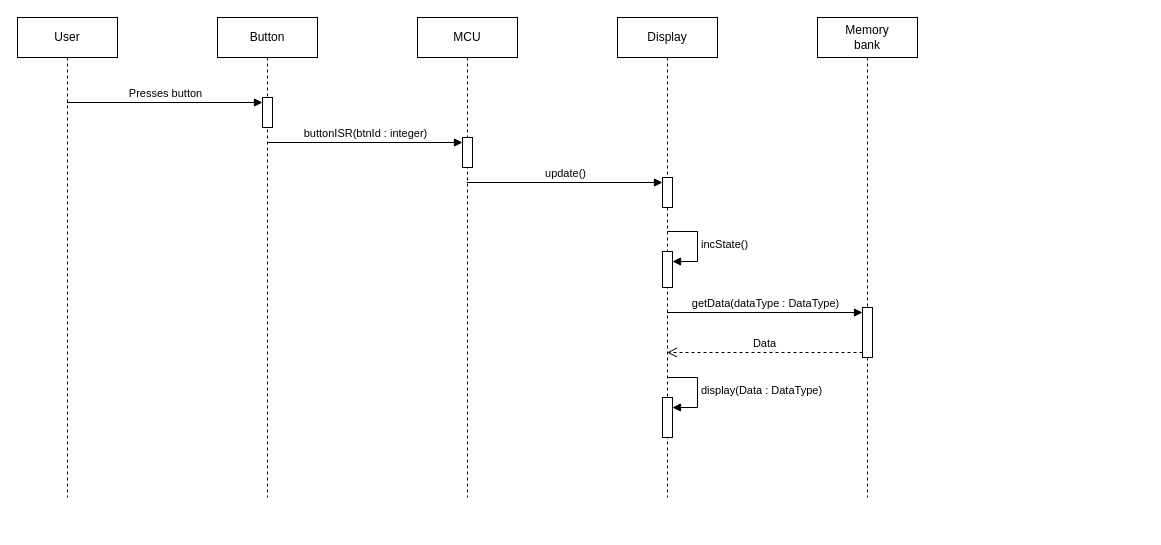
Above: lab3/docs/user_context_sequence_diagram.drawio in matas-noreika/software_design_and_quality (draw.io), before the change. Source tidied: cells renumbered, new cells numbered last; positions are measured from the earlier drawing's top-left corner, leaving out a move shared by most shapes. Both pictures are drawn from the tidied source at 100%, with x=0, y=0 at pixel (17, 17).
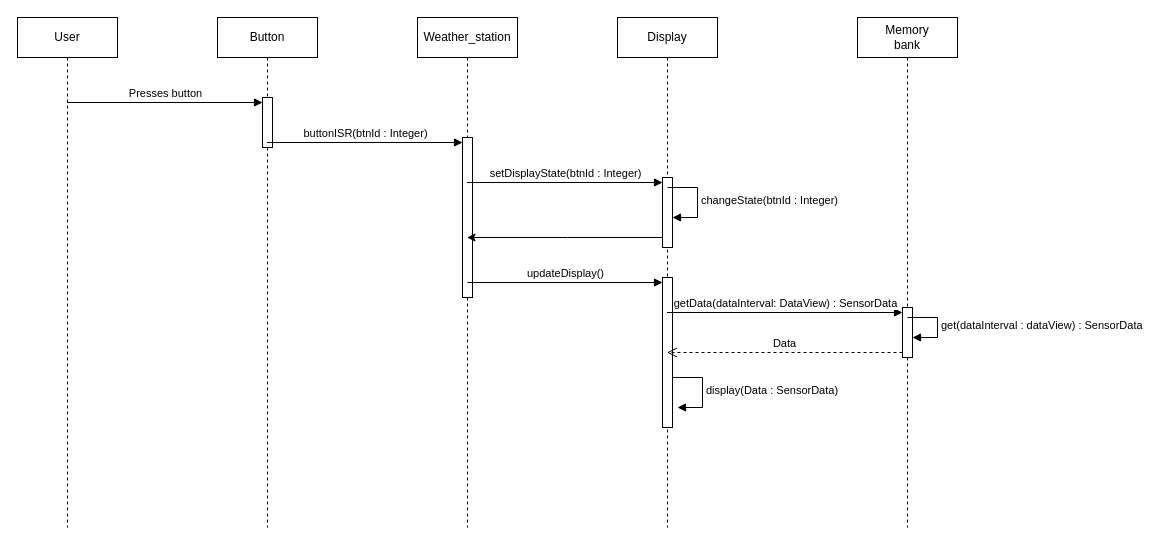
After the change.

Unchanged cells that the change refers to:
```xml
<mxCell id="14" style="html=1;points=[[0,0,0,0,5],[0,1,0,0,-5],[1,0,0,0,5],[1,1,0,0,-5]];perimeter=orthogonalPerimeter;outlineConnect=0;targetShapes=umlLifeline;portConstraint=eastwest;newEdgeStyle={&quot;curved&quot;:0,&quot;rounded&quot;:0};" parent="13" vertex="1">
  <mxGeometry x="45" y="290" width="10" height="50" as="geometry" />
</mxCell>
```

Change to the diagram source:
```diff
@@
     <mxCell id="2" value="User" style="shape=umlLifeline;perimeter=lifelinePerimeter;whiteSpace=wrap;html=1;outlineConnect=0;portConstraint=eastwest;newEdgeStyle={&quot;curved&quot;:0,&quot;rounded&quot;:0};" parent="1" vertex="1">
-      <mxGeometry width="100" height="480" as="geometry" />
+      <mxGeometry width="100" height="510" as="geometry" />
     </mxCell>
     <mxCell id="3" value="Button" style="shape=umlLifeline;perimeter=lifelinePerimeter;whiteSpace=wrap;html=1;outlineConnect=0;portConstraint=eastwest;newEdgeStyle={&quot;curved&quot;:0,&quot;rounded&quot;:0};" parent="1" vertex="1">
-      <mxGeometry x="200" width="100" height="480" as="geometry" />
+      <mxGeometry x="200" width="100" height="510" as="geometry" />
     </mxCell>
     <mxCell id="4" style="html=1;points=[[0,0,0,0,5],[0,1,0,0,-5],[1,0,0,0,5],[1,1,0,0,-5]];perimeter=orthogonalPerimeter;outlineConnect=0;targetShapes=umlLifeline;portConstraint=eastwest;newEdgeStyle={&quot;curved&quot;:0,&quot;rounded&quot;:0};" parent="3" vertex="1">
-      <mxGeometry x="45" y="80" width="10" height="30" as="geometry" />
+      <mxGeometry x="45" y="80" width="10" height="50" as="geometry" />
     </mxCell>
-    <mxCell id="5" value="MCU" style="shape=umlLifeline;perimeter=lifelinePerimeter;whiteSpace=wrap;html=1;outlineConnect=0;portConstraint=eastwest;newEdgeStyle={&quot;curved&quot;:0,&quot;rounded&quot;:0};" parent="1" vertex="1">
-      <mxGeometry x="400" width="100" height="480" as="geometry" />
+    <mxCell id="5" value="Weather_station" style="shape=umlLifeline;perimeter=lifelinePerimeter;whiteSpace=wrap;html=1;outlineConnect=0;portConstraint=eastwest;newEdgeStyle={&quot;curved&quot;:0,&quot;rounded&quot;:0};" parent="1" vertex="1">
+      <mxGeometry x="400" width="100" height="510" as="geometry" />
     </mxCell>
     <mxCell id="6" style="html=1;points=[[0,0,0,0,5],[0,1,0,0,-5],[1,0,0,0,5],[1,1,0,0,-5]];perimeter=orthogonalPerimeter;outlineConnect=0;targetShapes=umlLifeline;portConstraint=eastwest;newEdgeStyle={&quot;curved&quot;:0,&quot;rounded&quot;:0};" parent="5" vertex="1">
-      <mxGeometry x="45" y="120" width="10" height="30" as="geometry" />
+      <mxGeometry x="45" y="120" width="10" height="160" as="geometry" />
     </mxCell>
     <mxCell id="7" value="Display" style="shape=umlLifeline;perimeter=lifelinePerimeter;whiteSpace=wrap;html=1;outlineConnect=0;portConstraint=eastwest;newEdgeStyle={&quot;curved&quot;:0,&quot;rounded&quot;:0};" parent="1" vertex="1">
-      <mxGeometry x="600" width="100" height="480" as="geometry" />
+      <mxGeometry x="600" width="100" height="510" as="geometry" />
     </mxCell>
     <mxCell id="8" style="html=1;points=[[0,0,0,0,5],[0,1,0,0,-5],[1,0,0,0,5],[1,1,0,0,-5]];perimeter=orthogonalPerimeter;outlineConnect=0;targetShapes=umlLifeline;portConstraint=eastwest;newEdgeStyle={&quot;curved&quot;:0,&quot;rounded&quot;:0};" parent="7" vertex="1">
-      <mxGeometry x="45" y="160" width="10" height="30" as="geometry" />
+      <mxGeometry x="45" y="160" width="10" height="70" as="geometry" />
     </mxCell>
-    <mxCell id="9" style="html=1;points=[[0,0,0,0,5],[0,1,0,0,-5],[1,0,0,0,5],[1,1,0,0,-5]];perimeter=orthogonalPerimeter;outlineConnect=0;targetShapes=umlLifeline;portConstraint=eastwest;newEdgeStyle={&quot;curved&quot;:0,&quot;rounded&quot;:0};" parent="7" vertex="1">
-      <mxGeometry x="45" y="234" width="10" height="36" as="geometry" />
-    </mxCell>
-    <mxCell id="10" value="incState()" style="html=1;align=left;spacingLeft=2;endArrow=block;rounded=0;edgeStyle=orthogonalEdgeStyle;curved=0;rounded=0;" parent="7" edge="1" target="9">
+    <mxCell id="10" value="changeState(btnId : Integer)" style="html=1;align=left;spacingLeft=2;endArrow=block;rounded=0;edgeStyle=orthogonalEdgeStyle;curved=0;rounded=0;" parent="7" edge="1">
       <mxGeometry relative="1" as="geometry">
-        <mxPoint x="50" y="214" as="sourcePoint" />
+        <mxPoint x="50" y="170" as="sourcePoint" />
+        <mxPoint x="55" y="200" as="targetPoint" />
         <Array as="points">
-          <mxPoint x="80" y="244" />
+          <mxPoint x="80" y="200" />
         </Array>
       </mxGeometry>
     </mxCell>
-    <mxCell id="11" style="html=1;points=[[0,0,0,0,5],[0,1,0,0,-5],[1,0,0,0,5],[1,1,0,0,-5]];perimeter=orthogonalPerimeter;outlineConnect=0;targetShapes=umlLifeline;portConstraint=eastwest;newEdgeStyle={&quot;curved&quot;:0,&quot;rounded&quot;:0};" parent="7" vertex="1">
-      <mxGeometry x="45" y="380" width="10" height="40" as="geometry" />
-    </mxCell>
-    <mxCell id="12" value="display(Data : DataType)" style="html=1;align=left;spacingLeft=2;endArrow=block;rounded=0;edgeStyle=orthogonalEdgeStyle;curved=0;rounded=0;" parent="7" edge="1" target="11">
+    <mxCell id="12" value="display(Data : SensorData)" style="html=1;align=left;spacingLeft=2;endArrow=block;rounded=0;edgeStyle=orthogonalEdgeStyle;curved=0;rounded=0;" parent="7" edge="1">
       <mxGeometry relative="1" as="geometry">
-        <mxPoint x="50" y="360" as="sourcePoint" />
+        <mxPoint x="55" y="360" as="sourcePoint" />
+        <mxPoint x="60" y="390" as="targetPoint" />
         <Array as="points">
-          <mxPoint x="80" y="390" />
+          <mxPoint x="85" y="390" />
         </Array>
       </mxGeometry>
     </mxCell>
+    <mxCell id="20" style="html=1;points=[[0,0,0,0,5],[0,1,0,0,-5],[1,0,0,0,5],[1,1,0,0,-5]];perimeter=orthogonalPerimeter;outlineConnect=0;targetShapes=umlLifeline;portConstraint=eastwest;newEdgeStyle={&quot;curved&quot;:0,&quot;rounded&quot;:0};" parent="7" vertex="1">
+      <mxGeometry x="45" y="260" width="10" height="150" as="geometry" />
+    </mxCell>
     <mxCell id="13" value="Memory&lt;div&gt;bank&lt;/div&gt;" style="shape=umlLifeline;perimeter=lifelinePerimeter;whiteSpace=wrap;html=1;newEdgeStyle={&quot;curved&quot;:0,&quot;rounded&quot;:0};" parent="1" vertex="1">
-      <mxGeometry x="800" width="100" height="480" as="geometry" />
+      <mxGeometry x="840" width="100" height="510" as="geometry" />
     </mxCell>
@@
+    <mxCell id="21" value="get(dataInterval : dataView) : SensorData" style="html=1;align=left;spacingLeft=2;endArrow=block;rounded=0;edgeStyle=orthogonalEdgeStyle;curved=0;rounded=0;" parent="13" edge="1">
+      <mxGeometry relative="1" as="geometry">
+        <mxPoint x="50" y="300" as="sourcePoint" />
+        <mxPoint x="55" y="320" as="targetPoint" />
+        <Array as="points">
+          <mxPoint x="80" y="300" />
+          <mxPoint x="80" y="320" />
+          <mxPoint x="55" y="320" />
+        </Array>
+      </mxGeometry>
+    </mxCell>
@@
-    <mxCell id="16" value="buttonISR(btnId : integer)" style="html=1;verticalAlign=bottom;endArrow=block;curved=0;rounded=0;entryX=0;entryY=0;entryDx=0;entryDy=5;" parent="1" edge="1" source="3" target="6">
+    <mxCell id="16" value="buttonISR(btnId : Integer)" style="html=1;verticalAlign=bottom;endArrow=block;curved=0;rounded=0;entryX=0;entryY=0;entryDx=0;entryDy=5;" parent="1" edge="1" source="3" target="6">
       <mxGeometry relative="1" as="geometry" />
     </mxCell>
-    <mxCell id="17" value="update()" style="html=1;verticalAlign=bottom;endArrow=block;curved=0;rounded=0;entryX=0;entryY=0;entryDx=0;entryDy=5;" parent="1" edge="1" source="5" target="8">
+    <mxCell id="17" value="setDisplayState(btnId : Integer)" style="html=1;verticalAlign=bottom;endArrow=block;curved=0;rounded=0;entryX=0;entryY=0;entryDx=0;entryDy=5;" parent="1" edge="1" source="5" target="8">
       <mxGeometry relative="1" as="geometry" />
     </mxCell>
-    <mxCell id="18" value="getData(dataType : DataType)" style="html=1;verticalAlign=bottom;endArrow=block;curved=0;rounded=0;entryX=0;entryY=0;entryDx=0;entryDy=5;" parent="1" edge="1" source="7" target="14">
-      <mxGeometry relative="1" as="geometry" />
+    <mxCell id="18" value="getData(dataInterval: DataView) : SensorData" style="html=1;verticalAlign=bottom;endArrow=block;curved=0;rounded=0;entryX=0;entryY=0;entryDx=0;entryDy=5;" parent="1" edge="1" target="14">
+      <mxGeometry relative="1" as="geometry">
+        <mxPoint x="649.5" y="295" as="sourcePoint" />
+      </mxGeometry>
     </mxCell>
-    <mxCell id="19" value="Data" style="html=1;verticalAlign=bottom;endArrow=open;dashed=1;endSize=8;curved=0;rounded=0;exitX=0;exitY=1;exitDx=0;exitDy=-5;" parent="1" edge="1" source="14" target="7">
-      <mxGeometry relative="1" as="geometry" />
+    <mxCell id="19" value="Data" style="html=1;verticalAlign=bottom;endArrow=open;dashed=1;endSize=8;curved=0;rounded=0;exitX=0;exitY=1;exitDx=0;exitDy=-5;" parent="1" edge="1" source="14">
+      <mxGeometry relative="1" as="geometry">
+        <mxPoint x="649.5" y="335" as="targetPoint" />
+      </mxGeometry>
     </mxCell>
+    <mxCell id="22" value="updateDisplay()" style="html=1;verticalAlign=bottom;endArrow=block;curved=0;rounded=0;entryX=0;entryY=0;entryDx=0;entryDy=5;" parent="1" edge="1" target="20">
+      <mxGeometry relative="1" as="geometry">
+        <mxPoint x="450" y="265" as="sourcePoint" />
+      </mxGeometry>
+    </mxCell>
+    <mxCell id="23" style="edgeStyle=orthogonalEdgeStyle;rounded=0;jettySize=auto;html=1;curved=0;" parent="1" edge="1" source="8" target="5">
+      <mxGeometry relative="1" as="geometry">
+        <Array as="points">
+          <mxPoint x="550" y="220" />
+          <mxPoint x="550" y="220" />
+        </Array>
+      </mxGeometry>
+    </mxCell>
```
